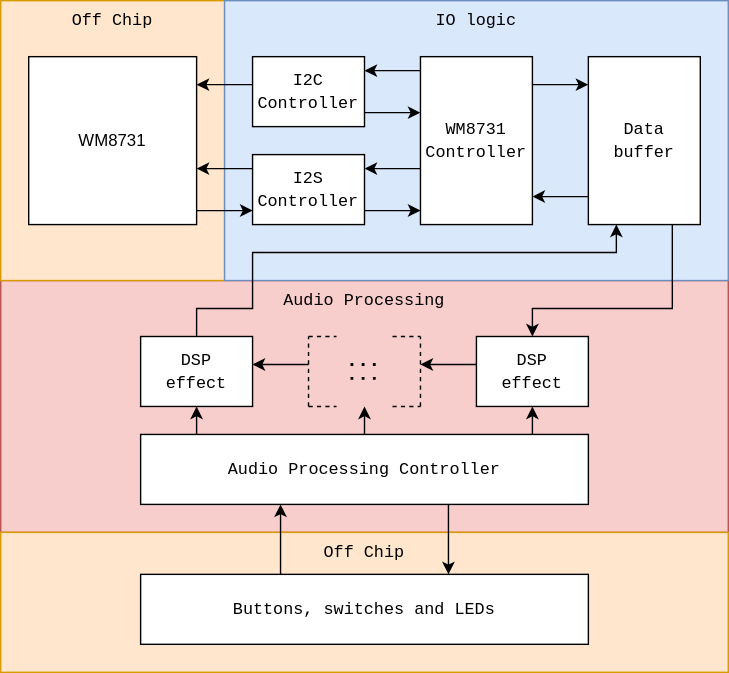
Before: docs/audio-effects-diagram.svg, a diagram exported from draw.io (madsrumlenordstrom/audio-effects). Source tidied: cells renumbered, new cells last; positions are measured from the earlier drawing's top-left corner, leaving out a move shared by most shapes.
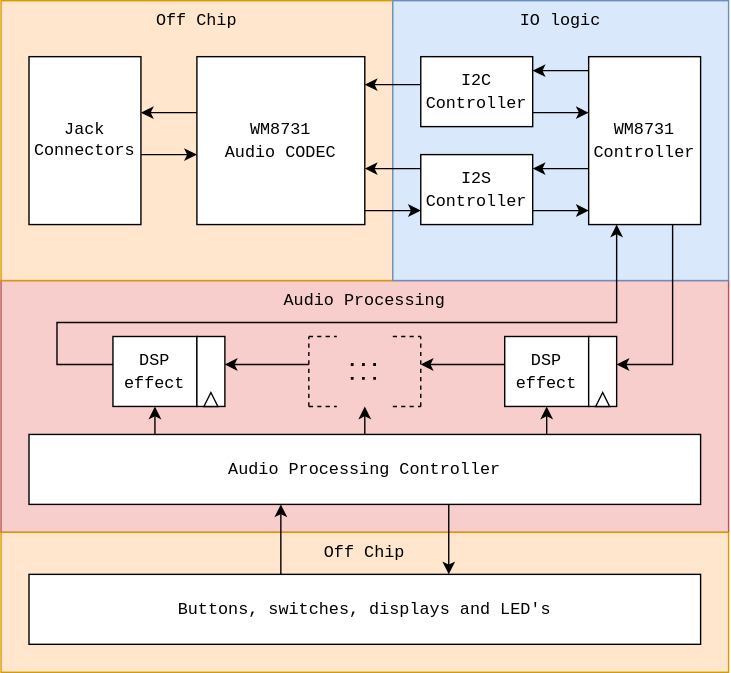
Above is the later version.

Change to the diagram source:
```diff
@@ -6,82 +6,73 @@
       <mxGeometry y="200" width="520" height="180" as="geometry" />
     </mxCell>
     <mxCell id="3" value="&lt;font face=&quot;Courier New&quot;&gt;Off Chip&lt;/font&gt;" style="rounded=0;whiteSpace=wrap;html=1;fillColor=#ffe6cc;strokeColor=#d79b00;align=center;horizontal=1;verticalAlign=top;" parent="1" vertex="1">
-      <mxGeometry width="160" height="200" as="geometry" />
+      <mxGeometry width="280" height="200" as="geometry" />
     </mxCell>
     <mxCell id="4" value="&lt;div&gt;&lt;font face=&quot;Courier New&quot;&gt;IO logic&lt;br&gt;&lt;/font&gt;&lt;/div&gt;" style="rounded=0;whiteSpace=wrap;html=1;fillColor=#dae8fc;strokeColor=#6c8ebf;align=center;horizontal=1;verticalAlign=top;gradientColor=none;" parent="1" vertex="1">
-      <mxGeometry x="160" width="360" height="200" as="geometry" />
+      <mxGeometry x="280" width="240" height="200" as="geometry" />
     </mxCell>
     <mxCell id="5" value="&lt;div&gt;&lt;font face=&quot;Courier New&quot;&gt;WM8731&lt;/font&gt;&lt;/div&gt;&lt;div&gt;&lt;font face=&quot;Courier New&quot;&gt;Controller&lt;br&gt;&lt;/font&gt;&lt;/div&gt;" style="rounded=0;whiteSpace=wrap;html=1;" parent="1" vertex="1">
-      <mxGeometry x="300" y="40" width="80" height="120" as="geometry" />
+      <mxGeometry x="420" y="40" width="80" height="120" as="geometry" />
     </mxCell>
     <mxCell id="6" value="&lt;div&gt;&lt;font face=&quot;Courier New&quot;&gt;I2C&lt;/font&gt;&lt;/div&gt;&lt;div&gt;&lt;font face=&quot;Courier New&quot;&gt;Controller&lt;br&gt;&lt;/font&gt;&lt;/div&gt;" style="rounded=0;whiteSpace=wrap;html=1;" parent="1" vertex="1">
-      <mxGeometry x="180" y="40" width="80" height="50" as="geometry" />
+      <mxGeometry x="300" y="40" width="80" height="50" as="geometry" />
     </mxCell>
     <mxCell id="7" value="&lt;div&gt;&lt;font face=&quot;Courier New&quot;&gt;I2S&lt;/font&gt;&lt;/div&gt;&lt;div&gt;&lt;font face=&quot;Courier New&quot;&gt;Controller&lt;br&gt;&lt;/font&gt;&lt;/div&gt;" style="rounded=0;whiteSpace=wrap;html=1;" parent="1" vertex="1">
-      <mxGeometry x="180" y="110" width="80" height="50" as="geometry" />
+      <mxGeometry x="300" y="110" width="80" height="50" as="geometry" />
     </mxCell>
-    <mxCell id="8" value="WM8731" style="rounded=0;whiteSpace=wrap;html=1;" parent="1" vertex="1">
-      <mxGeometry x="20" y="40" width="120" height="120" as="geometry" />
+    <mxCell id="8" value="&lt;div&gt;&lt;font face=&quot;Courier New&quot;&gt;WM8731&lt;/font&gt;&lt;/div&gt;&lt;font face=&quot;Courier New&quot;&gt;Audio CODEC&lt;/font&gt;" style="rounded=0;whiteSpace=wrap;html=1;" parent="1" vertex="1">
+      <mxGeometry x="140" y="40" width="120" height="120" as="geometry" />
     </mxCell>
     <mxCell id="9" style="endArrow=classic;html=1;rounded=0;" parent="1" edge="1">
       <mxGeometry relative="1" as="geometry">
-        <mxPoint x="180" y="60" as="sourcePoint" />
-        <mxPoint x="140" y="60" as="targetPoint" />
+        <mxPoint x="300" y="60" as="sourcePoint" />
+        <mxPoint x="260" y="60" as="targetPoint" />
       </mxGeometry>
     </mxCell>
     <mxCell id="10" style="endArrow=classic;html=1;rounded=0;" parent="1" edge="1">
       <mxGeometry relative="1" as="geometry">
-        <mxPoint x="180" y="120" as="sourcePoint" />
-        <mxPoint x="140" y="120" as="targetPoint" />
+        <mxPoint x="300" y="120" as="sourcePoint" />
+        <mxPoint x="260" y="120" as="targetPoint" />
       </mxGeometry>
     </mxCell>
     <mxCell id="11" style="endArrow=classic;html=1;rounded=0;" parent="1" edge="1">
       <mxGeometry relative="1" as="geometry">
-        <mxPoint x="140" y="150" as="sourcePoint" />
-        <mxPoint x="180" y="150" as="targetPoint" />
+        <mxPoint x="260" y="150" as="sourcePoint" />
+        <mxPoint x="300" y="150" as="targetPoint" />
       </mxGeometry>
     </mxCell>
     <mxCell id="12" style="endArrow=classic;html=1;rounded=0;" parent="1" edge="1">
       <mxGeometry relative="1" as="geometry">
-        <mxPoint x="300" y="50" as="sourcePoint" />
-        <mxPoint x="260" y="50" as="targetPoint" />
+        <mxPoint x="420" y="50" as="sourcePoint" />
+        <mxPoint x="380" y="50" as="targetPoint" />
       </mxGeometry>
     </mxCell>
     <mxCell id="13" style="endArrow=classic;html=1;rounded=0;" parent="1" edge="1">
       <mxGeometry relative="1" as="geometry">
-        <mxPoint x="260" y="80" as="sourcePoint" />
-        <mxPoint x="300" y="80" as="targetPoint" />
+        <mxPoint x="380" y="80" as="sourcePoint" />
+        <mxPoint x="420" y="80" as="targetPoint" />
       </mxGeometry>
     </mxCell>
     <mxCell id="14" style="endArrow=classic;html=1;rounded=0;" parent="1" edge="1">
       <mxGeometry relative="1" as="geometry">
-        <mxPoint x="260" y="150" as="sourcePoint" />
-        <mxPoint x="300" y="150" as="targetPoint" />
+        <mxPoint x="380" y="150" as="sourcePoint" />
+        <mxPoint x="420" y="150" as="targetPoint" />
       </mxGeometry>
     </mxCell>
     <mxCell id="15" style="endArrow=classic;html=1;rounded=0;" parent="1" edge="1">
       <mxGeometry relative="1" as="geometry">
-        <mxPoint x="300" y="120" as="sourcePoint" />
-        <mxPoint x="260" y="120" as="targetPoint" />
+        <mxPoint x="420" y="120" as="sourcePoint" />
+        <mxPoint x="380" y="120" as="targetPoint" />
       </mxGeometry>
     </mxCell>
-    <mxCell id="16" value="&lt;font face=&quot;Courier New&quot;&gt;Data buffer&lt;/font&gt;" style="rounded=0;whiteSpace=wrap;html=1;" parent="1" vertex="1">
-      <mxGeometry x="420" y="40" width="80" height="120" as="geometry" />
-    </mxCell>
-    <mxCell id="17" style="endArrow=classic;html=1;rounded=0;" parent="1" edge="1">
-      <mxGeometry relative="1" as="geometry">
-        <mxPoint x="380" y="60" as="sourcePoint" />
-        <mxPoint x="420" y="60" as="targetPoint" />
-      </mxGeometry>
-    </mxCell>
     <mxCell id="18" value="&lt;font face=&quot;Courier New&quot;&gt;Audio Processing Controller&lt;br&gt;&lt;/font&gt;" style="rounded=0;whiteSpace=wrap;html=1;" parent="1" vertex="1">
-      <mxGeometry x="100" y="310" width="320" height="50" as="geometry" />
+      <mxGeometry x="20" y="310" width="480" height="50" as="geometry" />
     </mxCell>
     <mxCell id="19" value="&lt;div&gt;&lt;font face=&quot;Courier New&quot;&gt;DSP&lt;/font&gt;&lt;/div&gt;&lt;div&gt;&lt;font face=&quot;Courier New&quot;&gt;effect&lt;/font&gt;&lt;/div&gt;" style="rounded=0;whiteSpace=wrap;html=1;" parent="1" vertex="1">
-      <mxGeometry x="100" y="240" width="80" height="50" as="geometry" />
+      <mxGeometry x="80" y="240" width="60" height="50" as="geometry" />
     </mxCell>
     <mxCell id="20" value="&lt;div&gt;&lt;font face=&quot;Courier New&quot;&gt;DSP&lt;/font&gt;&lt;/div&gt;&lt;div&gt;&lt;font face=&quot;Courier New&quot;&gt;effect&lt;/font&gt;&lt;/div&gt;" style="rounded=0;whiteSpace=wrap;html=1;" parent="1" vertex="1">
-      <mxGeometry x="340" y="240" width="80" height="50" as="geometry" />
+      <mxGeometry x="360" y="240" width="60" height="50" as="geometry" />
     </mxCell>
     <mxCell id="21" style="endArrow=none;dashed=1;html=1;rounded=0;" parent="1" edge="1">
       <mxGeometry relative="1" as="geometry">
@@ -121,14 +112,14 @@
     </mxCell>
     <mxCell id="27" style="endArrow=classic;html=1;rounded=0;" parent="1" edge="1">
       <mxGeometry relative="1" as="geometry">
-        <mxPoint x="140" y="310" as="sourcePoint" />
-        <mxPoint x="140" y="290" as="targetPoint" />
+        <mxPoint x="110" y="310" as="sourcePoint" />
+        <mxPoint x="110" y="290" as="targetPoint" />
       </mxGeometry>
     </mxCell>
     <mxCell id="28" style="endArrow=classic;html=1;rounded=0;" parent="1" edge="1">
       <mxGeometry relative="1" as="geometry">
-        <mxPoint x="380" y="310" as="sourcePoint" />
-        <mxPoint x="380" y="290" as="targetPoint" />
+        <mxPoint x="390" y="310" as="sourcePoint" />
+        <mxPoint x="390" y="290" as="targetPoint" />
       </mxGeometry>
     </mxCell>
     <mxCell id="29" style="endArrow=classic;html=1;rounded=0;" parent="1" edge="1">
@@ -149,42 +140,38 @@
         <mxPoint x="270" y="270" as="targetPoint" />
       </mxGeometry>
     </mxCell>
-    <mxCell id="32" style="endArrow=classic;html=1;rounded=0;" parent="1" edge="1">
-      <mxGeometry relative="1" as="geometry">
-        <mxPoint x="420" y="140" as="sourcePoint" />
-        <mxPoint x="380" y="140" as="targetPoint" />
-      </mxGeometry>
-    </mxCell>
     <mxCell id="33" style="endArrow=classic;html=1;rounded=0;" parent="1" edge="1">
       <mxGeometry relative="1" as="geometry">
         <mxPoint x="480" y="160" as="sourcePoint" />
-        <mxPoint x="380" y="240" as="targetPoint" />
+        <mxPoint x="440" y="260" as="targetPoint" />
         <Array as="points">
           <mxPoint x="480" y="220" />
-          <mxPoint x="380" y="220" />
+          <mxPoint x="480" y="260" />
         </Array>
       </mxGeometry>
     </mxCell>
     <mxCell id="34" style="endArrow=classic;html=1;rounded=0;" parent="1" edge="1">
       <mxGeometry relative="1" as="geometry">
-        <mxPoint x="340" y="260" as="sourcePoint" />
+        <mxPoint x="360" y="260" as="sourcePoint" />
         <mxPoint x="300" y="260" as="targetPoint" />
       </mxGeometry>
     </mxCell>
     <mxCell id="35" style="endArrow=classic;html=1;rounded=0;" parent="1" edge="1">
       <mxGeometry relative="1" as="geometry">
         <mxPoint x="220" y="260" as="sourcePoint" />
-        <mxPoint x="180" y="260" as="targetPoint" />
+        <mxPoint x="160" y="260" as="targetPoint" />
       </mxGeometry>
     </mxCell>
     <mxCell id="36" style="endArrow=classic;html=1;rounded=0;" parent="1" edge="1">
       <mxGeometry relative="1" as="geometry">
-        <mxPoint x="140" y="240" as="sourcePoint" />
+        <mxPoint x="80" y="260" as="sourcePoint" />
         <mxPoint x="440" y="160" as="targetPoint" />
         <Array as="points">
-          <mxPoint x="140" y="220" />
-          <mxPoint x="180" y="220" />
-          <mxPoint x="180" y="180" />
+          <mxPoint x="40" y="260" />
+          <mxPoint x="40" y="230" />
+          <mxPoint x="140" y="230" />
+          <mxPoint x="180" y="230" />
+          <mxPoint x="440" y="230" />
           <mxPoint x="440" y="180" />
         </Array>
       </mxGeometry>
@@ -192,8 +179,8 @@
     <mxCell id="37" value="&lt;font face=&quot;Courier New&quot;&gt;Off Chip&lt;/font&gt;" style="rounded=0;whiteSpace=wrap;html=1;fillColor=#ffe6cc;strokeColor=#d79b00;align=center;horizontal=1;verticalAlign=top;" parent="1" vertex="1">
       <mxGeometry y="380" width="520" height="100" as="geometry" />
     </mxCell>
-    <mxCell id="38" value="&lt;font face=&quot;Courier New&quot;&gt;Buttons, switches and LEDs&lt;br&gt;&lt;/font&gt;" style="rounded=0;whiteSpace=wrap;html=1;" parent="1" vertex="1">
-      <mxGeometry x="100" y="410" width="320" height="50" as="geometry" />
+    <mxCell id="38" value="&lt;font face=&quot;Courier New&quot;&gt;Buttons, switches, displays and LED's&lt;br&gt;&lt;/font&gt;" style="rounded=0;whiteSpace=wrap;html=1;" parent="1" vertex="1">
+      <mxGeometry x="20" y="410" width="480" height="50" as="geometry" />
     </mxCell>
     <mxCell id="39" style="endArrow=classic;html=1;rounded=0;" parent="1" edge="1">
       <mxGeometry relative="1" as="geometry">
@@ -207,5 +194,32 @@
         <mxPoint x="200" y="360" as="targetPoint" />
       </mxGeometry>
     </mxCell>
+    <mxCell id="41" value="&lt;div&gt;Jack&lt;/div&gt;&lt;div&gt;Connectors&lt;br&gt;&lt;/div&gt;" style="rounded=0;whiteSpace=wrap;html=1;fontFamily=Courier New;" parent="1" vertex="1">
+      <mxGeometry x="20" y="40" width="80" height="120" as="geometry" />
+    </mxCell>
+    <mxCell id="42" style="endArrow=classic;html=1;rounded=0;" parent="1" edge="1">
+      <mxGeometry relative="1" as="geometry">
+        <mxPoint x="140" y="80" as="sourcePoint" />
+        <mxPoint x="100" y="80" as="targetPoint" />
+      </mxGeometry>
+    </mxCell>
+    <mxCell id="43" style="endArrow=classic;html=1;rounded=0;" parent="1" edge="1">
+      <mxGeometry relative="1" as="geometry">
+        <mxPoint x="100" y="110" as="sourcePoint" />
+        <mxPoint x="140" y="110" as="targetPoint" />
+      </mxGeometry>
+    </mxCell>
+    <mxCell id="44" style="rounded=0;whiteSpace=wrap;html=1;" parent="1" vertex="1">
+      <mxGeometry x="140" y="240" width="20" height="50" as="geometry" />
+    </mxCell>
+    <mxCell id="45" style="verticalLabelPosition=bottom;verticalAlign=top;html=1;shape=mxgraph.basic.acute_triangle;dx=0.5;" parent="1" vertex="1">
+      <mxGeometry x="145" y="280" width="10" height="10" as="geometry" />
+    </mxCell>
+    <mxCell id="46" style="rounded=0;whiteSpace=wrap;html=1;" parent="1" vertex="1">
+      <mxGeometry x="420" y="240" width="20" height="50" as="geometry" />
+    </mxCell>
+    <mxCell id="47" style="verticalLabelPosition=bottom;verticalAlign=top;html=1;shape=mxgraph.basic.acute_triangle;dx=0.5;" parent="1" vertex="1">
+      <mxGeometry x="425" y="280" width="10" height="10" as="geometry" />
+    </mxCell>
   </root>
 </mxGraphModel>
```
